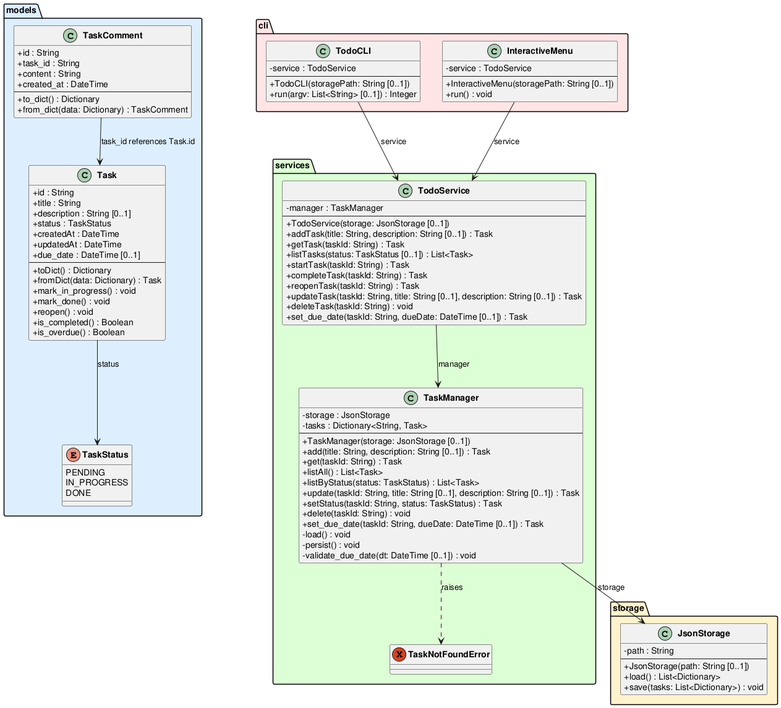
The PlantUML diagram experiments/supervisor_as_tools/structured_text/TODO/artifacts/class_diagram.png in DanielRiha8906/Software_autoevolution_using_agents, before a commit.
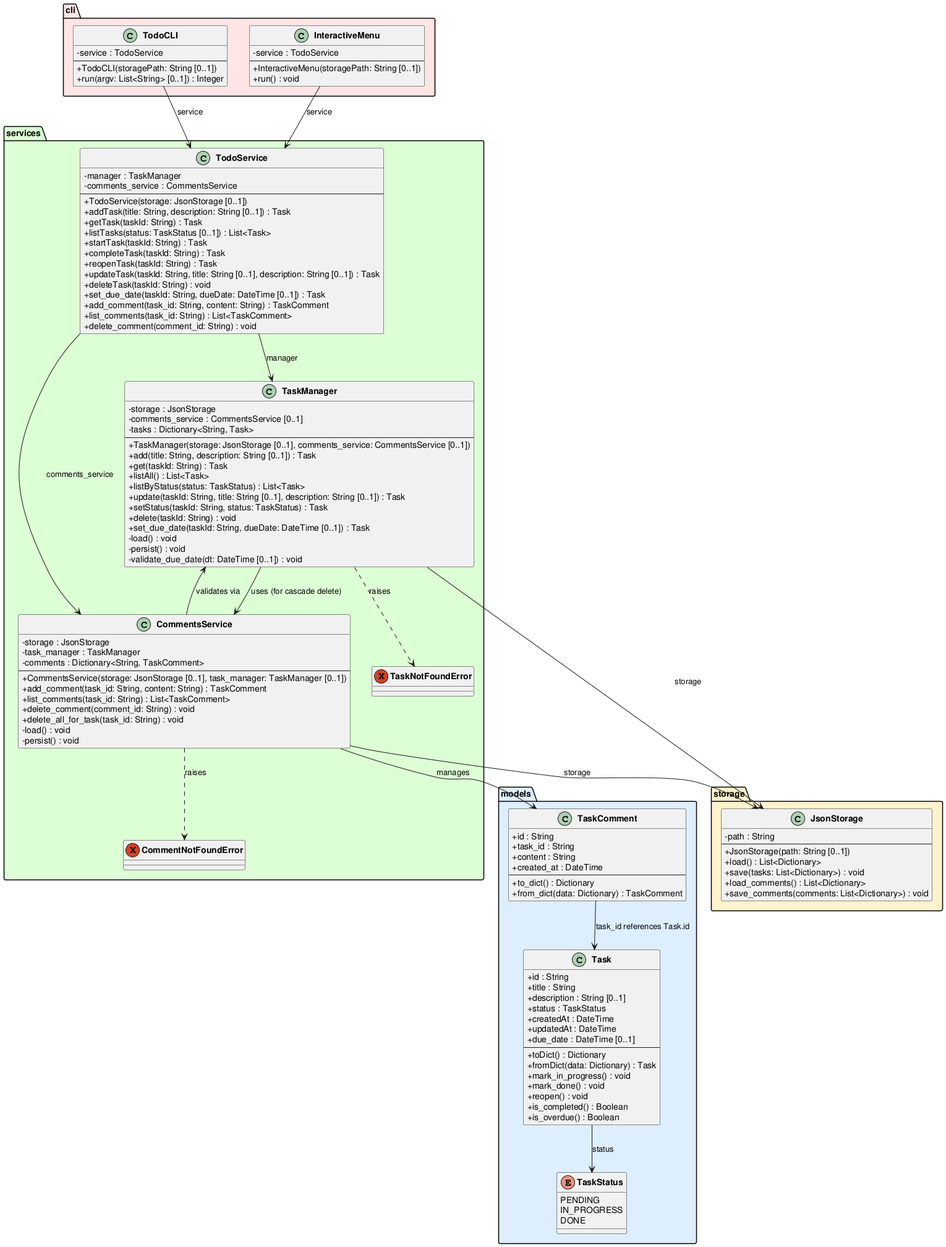
The same diagram one commit later.

Change to the diagram source:
```diff
@@ -46,17 +46,21 @@
         +JsonStorage(path: String [0..1])
         +load() : List<Dictionary>
         +save(tasks: List<Dictionary>) : void
+        +load_comments() : List<Dictionary>
+        +save_comments(comments: List<Dictionary>) : void
     }
 }
 
 package "services" #DDFFD4 {
     exception TaskNotFoundError
+    exception CommentNotFoundError
 
     class TaskManager {
         -storage : JsonStorage
+        -comments_service : CommentsService [0..1]
         -tasks : Dictionary<String, Task>
         --
-        +TaskManager(storage: JsonStorage [0..1])
+        +TaskManager(storage: JsonStorage [0..1], comments_service: CommentsService [0..1])
         +add(title: String, description: String [0..1]) : Task
         +get(taskId: String) : Task
         +listAll() : List<Task>
@@ -70,8 +74,23 @@
         -validate_due_date(dt: DateTime [0..1]) : void
     }
 
+    class CommentsService {
+        -storage : JsonStorage
+        -task_manager : TaskManager
+        -comments : Dictionary<String, TaskComment>
+        --
+        +CommentsService(storage: JsonStorage [0..1], task_manager: TaskManager [0..1])
+        +add_comment(task_id: String, content: String) : TaskComment
+        +list_comments(task_id: String) : List<TaskComment>
+        +delete_comment(comment_id: String) : void
+        +delete_all_for_task(task_id: String) : void
+        -load() : void
+        -persist() : void
+    }
+
     class TodoService {
         -manager : TaskManager
+        -comments_service : CommentsService
         --
         +TodoService(storage: JsonStorage [0..1])
         +addTask(title: String, description: String [0..1]) : Task
@@ -83,6 +102,9 @@
         +updateTask(taskId: String, title: String [0..1], description: String [0..1]) : Task
         +deleteTask(taskId: String) : void
         +set_due_date(taskId: String, dueDate: DateTime [0..1]) : Task
+        +add_comment(task_id: String, content: String) : TaskComment
+        +list_comments(task_id: String) : List<TaskComment>
+        +delete_comment(comment_id: String) : void
     }
 }
 
@@ -105,8 +127,14 @@
 Task --> TaskStatus : status
 TaskComment --> Task : task_id references Task.id
 TaskManager --> JsonStorage : storage
+TaskManager --> CommentsService : uses (for cascade delete)
 TaskManager ..> TaskNotFoundError : raises
+CommentsService --> JsonStorage : storage
+CommentsService --> TaskManager : validates via
+CommentsService --> TaskComment : manages
+CommentsService ..> CommentNotFoundError : raises
 TodoService --> TaskManager : manager
+TodoService --> CommentsService : comments_service
 TodoCLI --> TodoService : service
 InteractiveMenu --> TodoService : service
 
```
